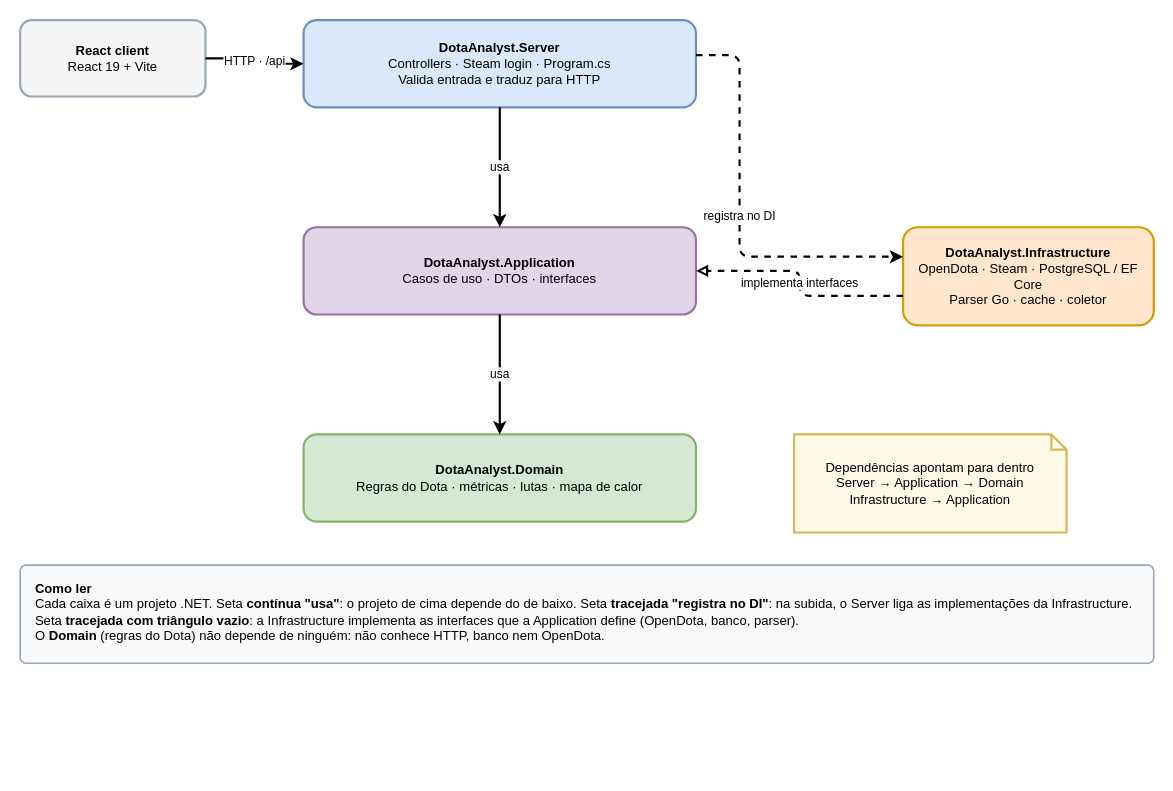
The draw.io diagram page "2. Camadas DDD" (2 of 7) of docs/diagrams/dotaanalyst.drawio in andreomorg/dota_analyst, before the edit. Source tidied: cells renumbered, new cells numbered last; positions are measured from the earlier drawing's top-left corner, leaving out a move shared by most shapes. Both pictures are drawn from the tidied source at 109%, with x=0, y=0 at pixel (20, 20).
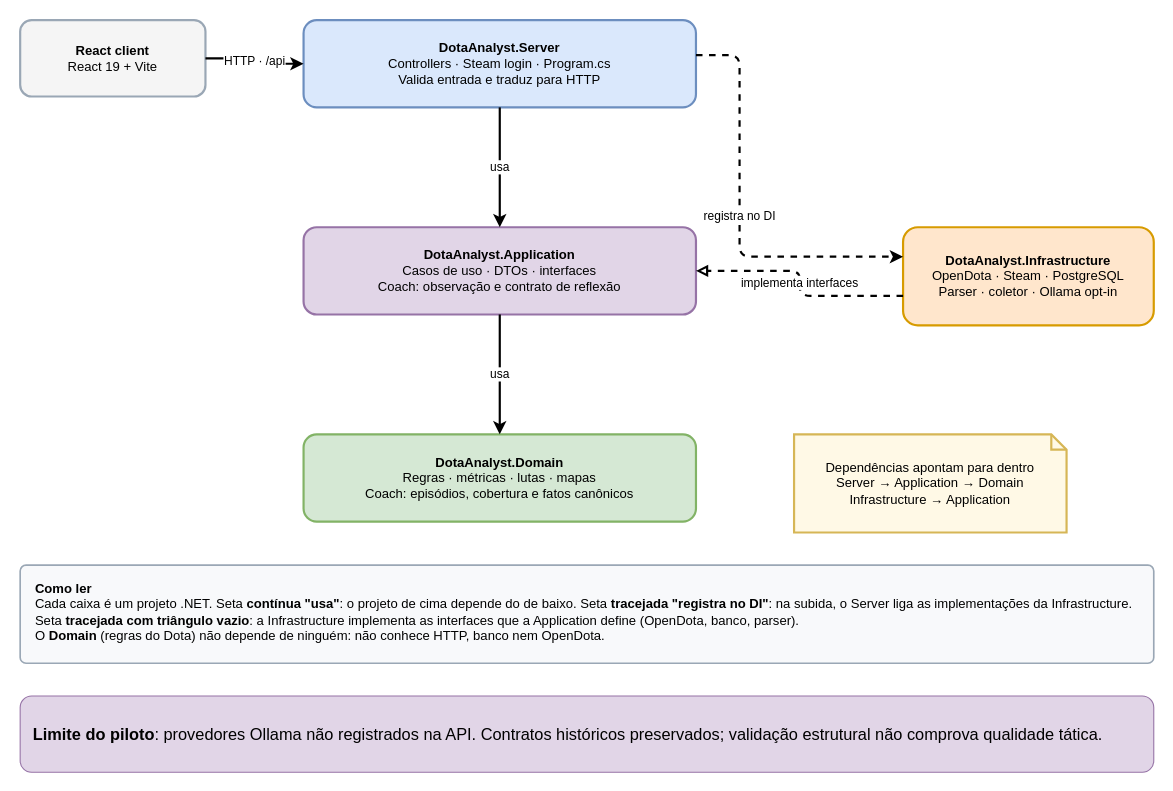
The same page after the edit.

Change to the diagram source:
```diff
@@
 <mxGraphModel>
   <root>
     <mxCell id="0" />
     <mxCell id="1" parent="0" />
     <mxCell id="2" value="&lt;b&gt;React client&lt;/b&gt;&lt;br&gt;React 19 + Vite" style="rounded=1;whiteSpace=wrap;html=1;fillColor=#f5f5f5;strokeColor=#9aa7b5;strokeWidth=2;" parent="1" vertex="1">
       <mxGeometry width="170" height="70" as="geometry" />
     </mxCell>
     <mxCell id="3" value="&lt;b&gt;DotaAnalyst.Server&lt;/b&gt;&lt;br&gt;Controllers · Steam login · Program.cs&lt;br&gt;Valida entrada e traduz para HTTP" style="rounded=1;whiteSpace=wrap;html=1;fillColor=#dae8fc;strokeColor=#6c8ebf;strokeWidth=2;" parent="1" vertex="1">
       <mxGeometry x="260" width="360" height="80" as="geometry" />
     </mxCell>
-    <mxCell id="4" value="&lt;b&gt;DotaAnalyst.Application&lt;/b&gt;&lt;br&gt;Casos de uso · DTOs · interfaces" style="rounded=1;whiteSpace=wrap;html=1;fillColor=#e1d5e7;strokeColor=#9673a6;strokeWidth=2;" parent="1" vertex="1">
+    <mxCell id="4" value="&lt;b&gt;DotaAnalyst.Application&lt;/b&gt;&lt;br&gt;Casos de uso · DTOs · interfaces&lt;br&gt;Coach: observação e contrato de reflexão" style="rounded=1;whiteSpace=wrap;html=1;fillColor=#e1d5e7;strokeColor=#9673a6;strokeWidth=2;" parent="1" vertex="1">
       <mxGeometry x="260" y="190" width="360" height="80" as="geometry" />
     </mxCell>
-    <mxCell id="5" value="&lt;b&gt;DotaAnalyst.Domain&lt;/b&gt;&lt;br&gt;Regras do Dota · métricas · lutas · mapa de calor" style="rounded=1;whiteSpace=wrap;html=1;fillColor=#d5e8d4;strokeColor=#82b366;strokeWidth=2;" parent="1" vertex="1">
+    <mxCell id="5" value="&lt;b&gt;DotaAnalyst.Domain&lt;/b&gt;&lt;br&gt;Regras · métricas · lutas · mapas&lt;br&gt;Coach: episódios, cobertura e fatos canônicos" style="rounded=1;whiteSpace=wrap;html=1;fillColor=#d5e8d4;strokeColor=#82b366;strokeWidth=2;" parent="1" vertex="1">
       <mxGeometry x="260" y="380" width="360" height="80" as="geometry" />
     </mxCell>
-    <mxCell id="6" value="&lt;b&gt;DotaAnalyst.Infrastructure&lt;/b&gt;&lt;br&gt;OpenDota · Steam · PostgreSQL / EF Core&lt;br&gt;Parser Go · cache · coletor" style="rounded=1;whiteSpace=wrap;html=1;fillColor=#ffe6cc;strokeColor=#d79b00;strokeWidth=2;" parent="1" vertex="1">
+    <mxCell id="6" value="&lt;b&gt;DotaAnalyst.Infrastructure&lt;/b&gt;&lt;br&gt;OpenDota · Steam · PostgreSQL&lt;br&gt;Parser · coletor · Ollama opt-in" style="rounded=1;whiteSpace=wrap;html=1;fillColor=#ffe6cc;strokeColor=#d79b00;strokeWidth=2;" parent="1" vertex="1">
       <mxGeometry x="810" y="190" width="230" height="90" as="geometry" />
     </mxCell>
     <mxCell id="7" value="Dependências apontam para dentro&lt;br&gt;Server → Application → Domain&lt;br&gt;Infrastructure → Application" style="shape=note;whiteSpace=wrap;html=1;size=14;fillColor=#fff9e6;strokeColor=#d6b656;strokeWidth=2;" parent="1" vertex="1">
       <mxGeometry x="710" y="380" width="250" height="90" as="geometry" />
     </mxCell>
     <mxCell id="8" value="HTTP · /api" style="edgeStyle=orthogonalEdgeStyle;rounded=1;strokeWidth=2;html=1;labelBackgroundColor=#ffffff;exitX=1;exitY=0.5;entryX=0;entryY=0.5;" parent="1" edge="1" source="2" target="3">
       <mxGeometry relative="1" as="geometry" />
     </mxCell>
     <mxCell id="9" value="usa" style="edgeStyle=orthogonalEdgeStyle;rounded=1;strokeWidth=2;html=1;labelBackgroundColor=#ffffff;exitX=0.5;exitY=1;entryX=0.5;entryY=0;" parent="1" edge="1" source="3" target="4">
       <mxGeometry relative="1" as="geometry" />
     </mxCell>
     <mxCell id="10" value="usa" style="edgeStyle=orthogonalEdgeStyle;rounded=1;strokeWidth=2;html=1;labelBackgroundColor=#ffffff;exitX=0.5;exitY=1;entryX=0.5;entryY=0;" parent="1" edge="1" source="4" target="5">
       <mxGeometry relative="1" as="geometry" />
     </mxCell>
     <mxCell id="11" value="registra no DI" style="edgeStyle=orthogonalEdgeStyle;rounded=1;dashed=1;strokeWidth=2;html=1;labelBackgroundColor=#ffffff;exitX=1;exitY=0.4;entryX=0;entryY=0.3;" parent="1" edge="1" source="3" target="6">
       <mxGeometry relative="1" as="geometry">
         <Array as="points">
           <mxPoint x="660" y="32" />
           <mxPoint x="660" y="217" />
         </Array>
       </mxGeometry>
     </mxCell>
     <mxCell id="12" value="implementa interfaces" style="edgeStyle=orthogonalEdgeStyle;rounded=1;dashed=1;strokeWidth=2;endArrow=block;endFill=0;html=1;labelBackgroundColor=#ffffff;exitX=0;exitY=0.7;entryX=1;entryY=0.5;" parent="1" edge="1" source="6" target="4">
       <mxGeometry relative="1" as="geometry" />
     </mxCell>
     <mxCell id="13" value="&lt;b&gt;Como ler&lt;/b&gt;&lt;br&gt;Cada caixa é um projeto .NET. Seta &lt;b&gt;contínua &quot;usa&quot;&lt;/b&gt;: o projeto de cima depende do de baixo. Seta &lt;b&gt;tracejada &quot;registra no DI&quot;&lt;/b&gt;: na subida, o Server liga as implementações da Infrastructure. Seta &lt;b&gt;tracejada com triângulo vazio&lt;/b&gt;: a Infrastructure implementa as interfaces que a Application define (OpenDota, banco, parser).&lt;br&gt;O &lt;b&gt;Domain&lt;/b&gt; (regras do Dota) não depende de ninguém: não conhece HTTP, banco nem OpenDota." style="rounded=1;whiteSpace=wrap;html=1;align=left;verticalAlign=top;spacingLeft=12;spacingRight=12;spacingTop=8;fillColor=#f8f9fb;strokeColor=#9aa7b5;strokeWidth=1.5;arcSize=6;" parent="1" vertex="1">
       <mxGeometry y="500" width="1040" height="90" as="geometry" />
     </mxCell>
+    <mxCell id="14" value="&lt;b&gt;Limite do piloto&lt;/b&gt;: provedores Ollama não registrados na API. Contratos históricos preservados; validação estrutural não comprova qualidade tática." style="rounded=1;whiteSpace=wrap;html=1;fontSize=15;spacing=12;fillColor=#e1d5e7;strokeColor=#9673a6;align=left;" parent="1" vertex="1">
+      <mxGeometry y="620" width="1040" height="70" as="geometry" />
+    </mxCell>
   </root>
 </mxGraphModel>
```
